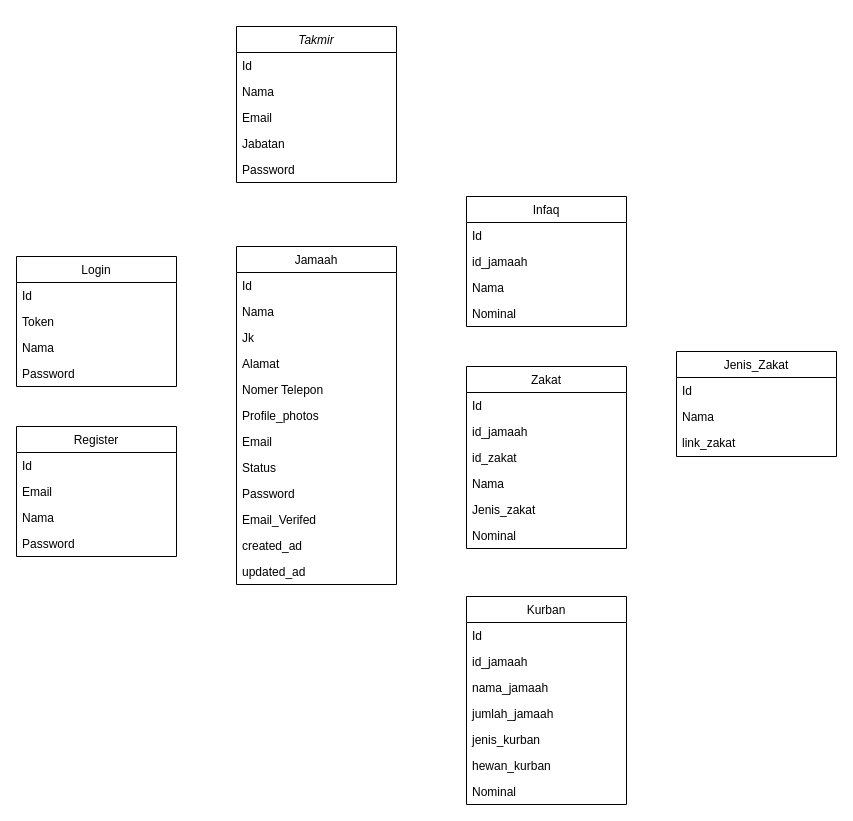
yudhawahyup27/Data keeps this draw.io diagram as diagramMasjid.drawio. Above is the earlier version. Source tidied: cells renumbered, new cells numbered last; positions are measured from the earlier drawing's top-left corner, leaving out a move shared by most shapes. Both pictures are drawn from the tidied source at 100%, with x=0, y=0 at pixel (16, 26).
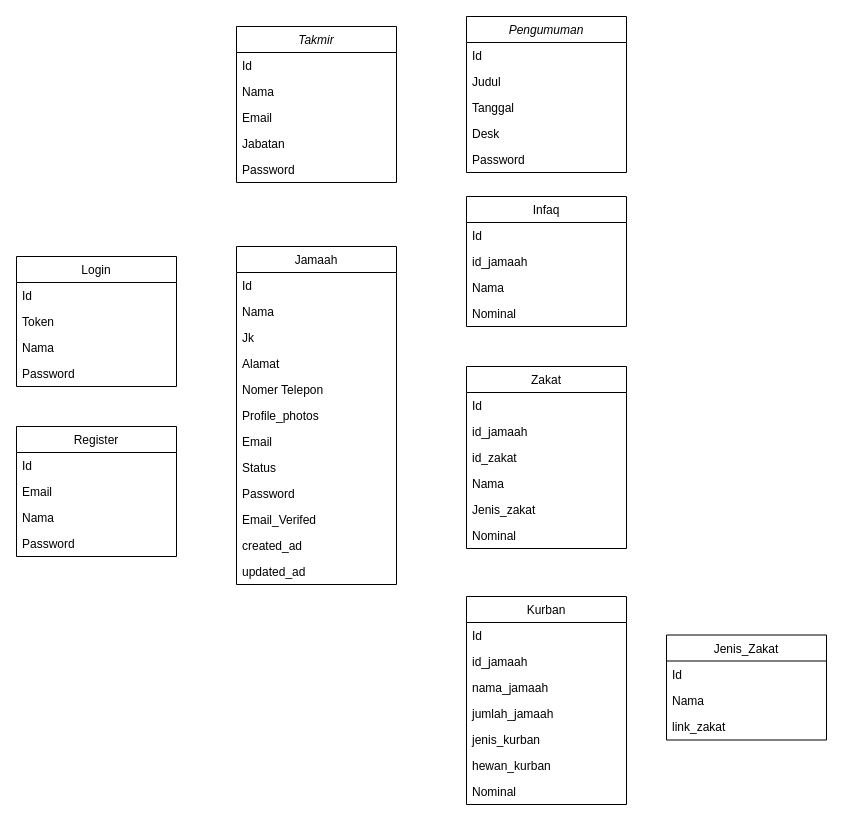
After the change.

What changed in the source:
```diff
@@
     <mxCell id="43" value="Jenis_Zakat" style="swimlane;fontStyle=0;align=center;verticalAlign=top;horizontal=1;startSize=26;rounded=0;shadow=0;strokeWidth=1;" parent="1" vertex="1">
-      <mxGeometry x="660" y="325" width="160" height="105" as="geometry" />
+      <mxGeometry x="650" y="608.5" width="160" height="105" as="geometry" />
     </mxCell>
@@
+    <mxCell id="55" value="Pengumuman" style="swimlane;fontStyle=2;align=center;verticalAlign=top;horizontal=1;startSize=26;rounded=0;shadow=0;strokeWidth=1;" parent="1" vertex="1">
+      <mxGeometry x="450" y="-10" width="160" height="156" as="geometry" />
+    </mxCell>
+    <mxCell id="56" value="Id" style="text;align=left;verticalAlign=top;spacingLeft=4;spacingRight=4;overflow=hidden;" parent="55" vertex="1">
+      <mxGeometry y="26" width="160" height="26" as="geometry" />
+    </mxCell>
+    <mxCell id="57" value="Judul" style="text;align=left;verticalAlign=top;spacingLeft=4;spacingRight=4;overflow=hidden;rounded=0;shadow=0;html=0;" parent="55" vertex="1">
+      <mxGeometry y="52" width="160" height="26" as="geometry" />
+    </mxCell>
+    <mxCell id="58" value="Tanggal&#10;" style="text;align=left;verticalAlign=top;spacingLeft=4;spacingRight=4;overflow=hidden;rounded=0;shadow=0;html=0;" parent="55" vertex="1">
+      <mxGeometry y="78" width="160" height="26" as="geometry" />
+    </mxCell>
+    <mxCell id="59" value="Desk" style="text;align=left;verticalAlign=top;spacingLeft=4;spacingRight=4;overflow=hidden;rounded=0;shadow=0;html=0;" parent="55" vertex="1">
+      <mxGeometry y="104" width="160" height="26" as="geometry" />
+    </mxCell>
+    <mxCell id="60" value="Password" style="text;align=left;verticalAlign=top;spacingLeft=4;spacingRight=4;overflow=hidden;rounded=0;shadow=0;html=0;" parent="55" vertex="1">
+      <mxGeometry y="130" width="160" height="26" as="geometry" />
+    </mxCell>
```
